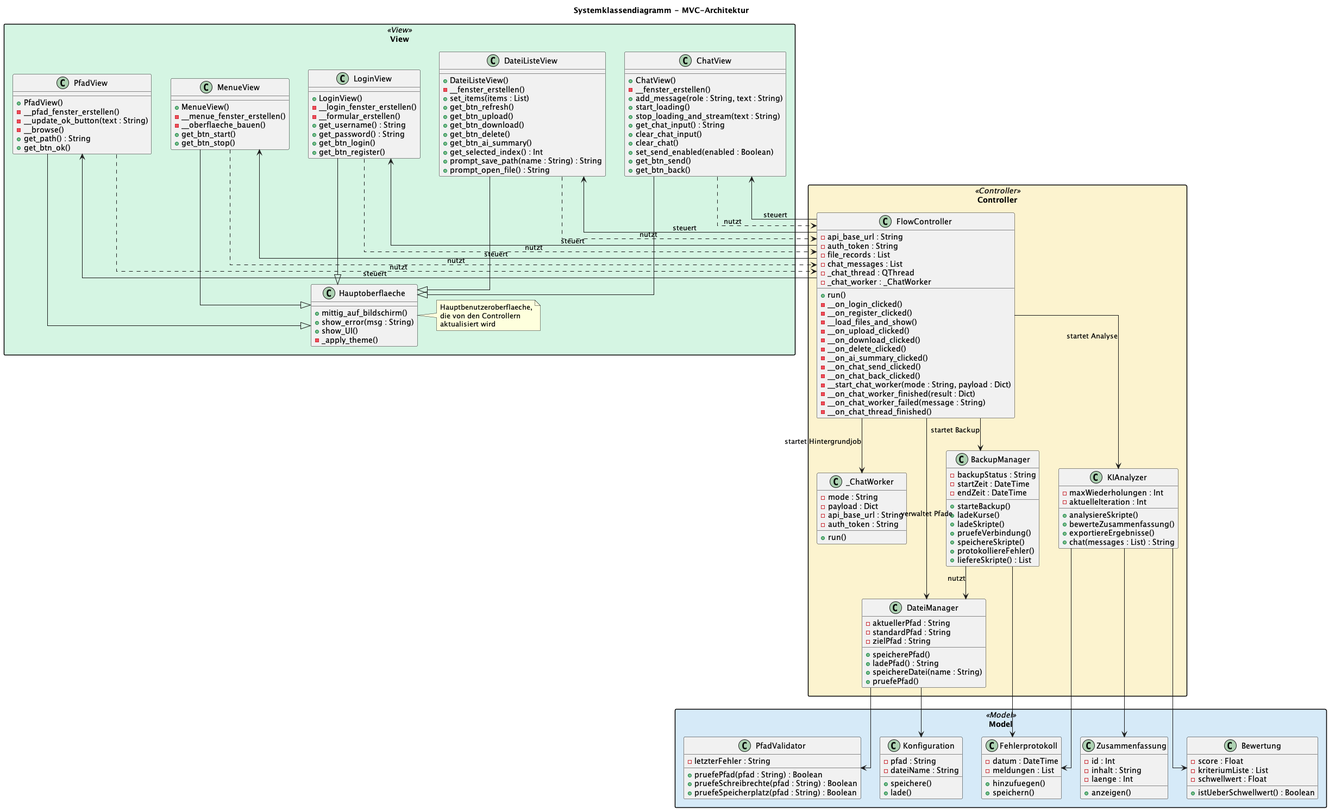
The PlantUML diagram out/mvc/mvc.png in Warlockbarky/swe_dhbw, before a commit.
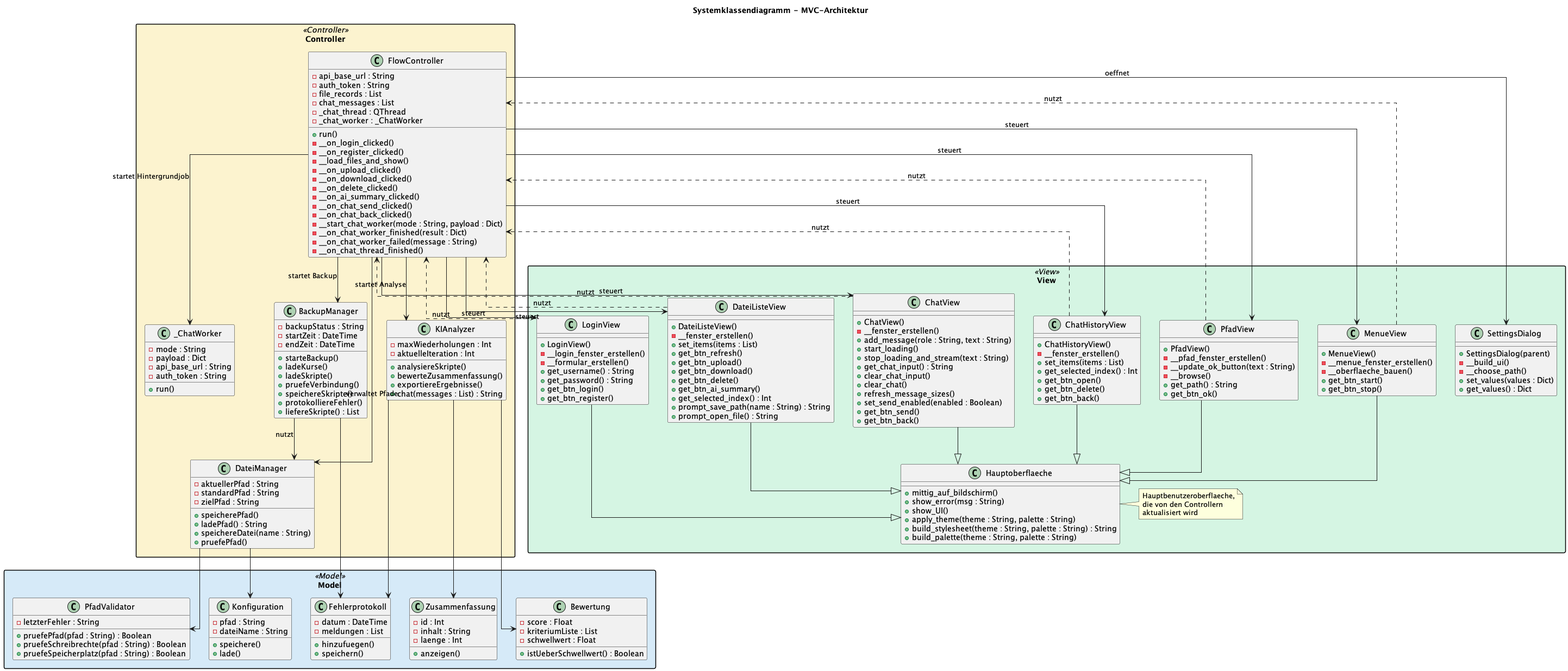
Later version of the same file.

Commit message:
Add ChatHistoryView and SettingsDialog classes to MVC diagram; include refresh_message_sizes method in ChatView

Diff of the diagram source:
```diff
@@ -47,8 +47,19 @@
         + get_chat_input() : String
         + clear_chat_input()
         + clear_chat()
+        + refresh_message_sizes()
         + set_send_enabled(enabled : Boolean)
         + get_btn_send()
+        + get_btn_back()
+    }
+
+    class ChatHistoryView {
+        + ChatHistoryView()
+        - __fenster_erstellen()
+        + set_items(items : List)
+        + get_selected_index() : Int
+        + get_btn_open()
+        + get_btn_delete()
         + get_btn_back()
     }
 
@@ -73,7 +84,17 @@
         + mittig_auf_bildschirm()
         + show_error(msg : String)
         + show_UI()
-        - _apply_theme()
+        + apply_theme(theme : String, palette : String)
+        + build_stylesheet(theme : String, palette : String) : String
+        + build_palette(theme : String, palette : String)
+    }
+
+    class SettingsDialog {
+        + SettingsDialog(parent)
+        - __build_ui()
+        - __choose_path()
+        + set_values(values : Dict)
+        + get_values() : Dict
     }
 
     note right of Hauptoberflaeche
@@ -191,18 +212,22 @@
 MenueView --|> Hauptoberflaeche
 DateiListeView --|> Hauptoberflaeche
 ChatView --|> Hauptoberflaeche
+ChatHistoryView --|> Hauptoberflaeche
 
 LoginView ..> FlowController : nutzt
 MenueView ..> FlowController : nutzt
 PfadView ..> FlowController : nutzt
 DateiListeView ..> FlowController : nutzt
 ChatView ..> FlowController : nutzt
+ChatHistoryView ..> FlowController : nutzt
 
 FlowController --> LoginView : steuert
 FlowController --> MenueView : steuert
 FlowController --> PfadView : steuert
 FlowController --> DateiListeView : steuert
 FlowController --> ChatView : steuert
+FlowController --> ChatHistoryView : steuert
+FlowController --> SettingsDialog : oeffnet
 
 FlowController --> DateiManager : verwaltet Pfade
 FlowController --> BackupManager : startet Backup
```
